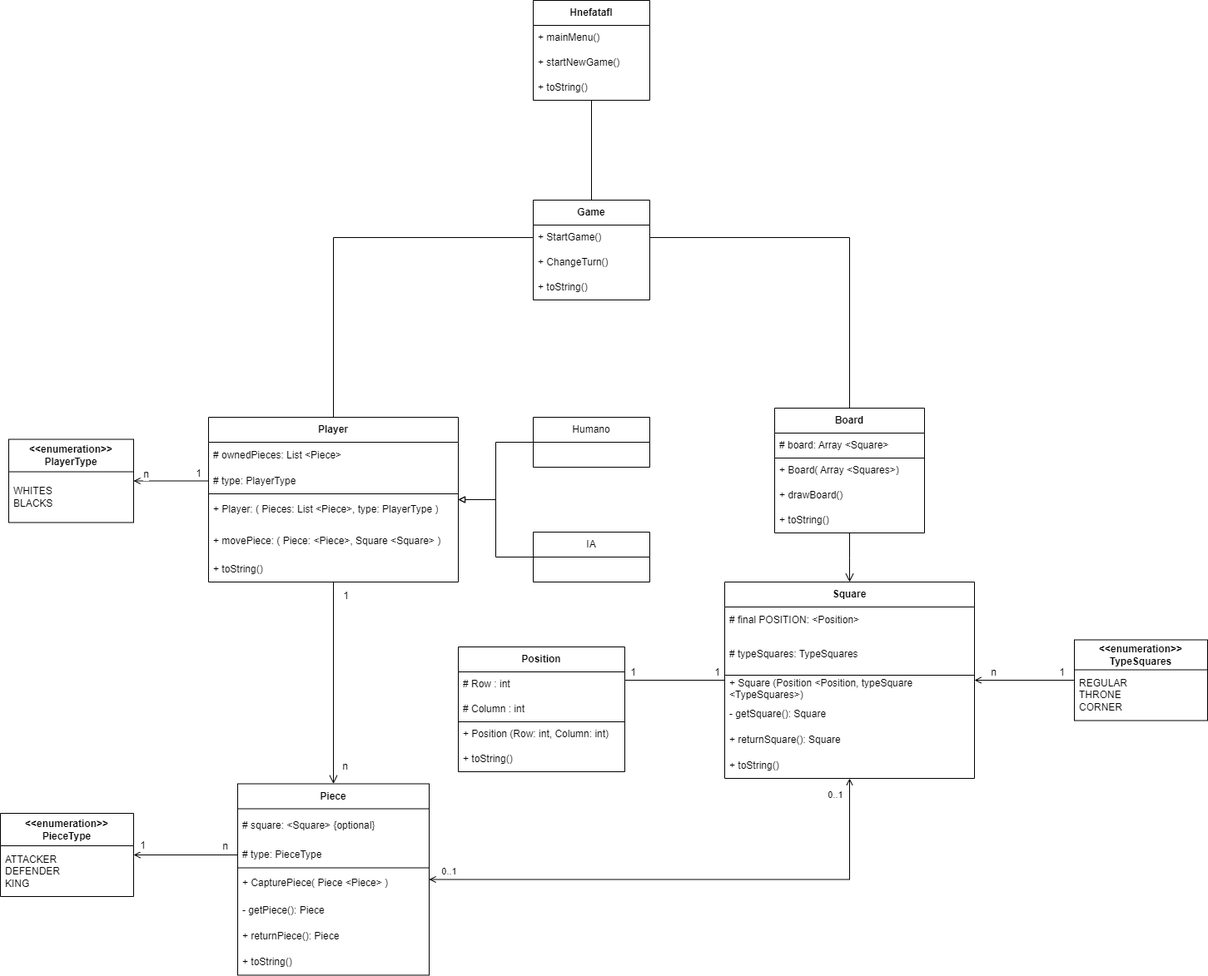
This is diagrams/ClassDiagram.drawio.png from jvazmor497/Hnefatafl, a draw.io export, as it was before one commit. Source tidied: cells renumbered, new cells last; positions are measured from the earlier drawing's top-left corner, leaving out a move shared by most shapes.
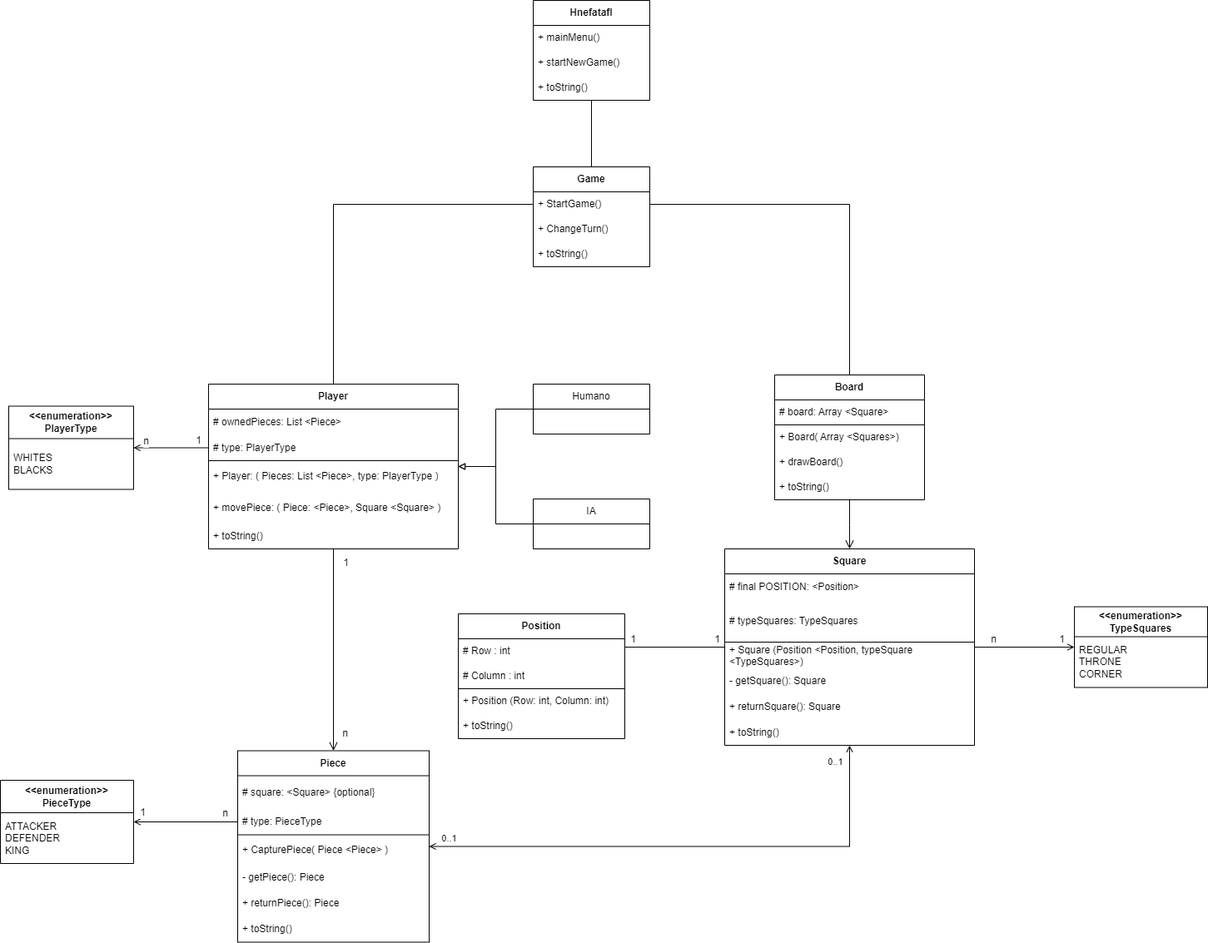
After the change.

The edit, as a diff of the source:
```diff
@@ -200,7 +200,7 @@
     <mxCell id="57" value="ATTACKER&lt;div&gt;DEFENDER&lt;/div&gt;&lt;div&gt;KING&lt;/div&gt;" style="text;strokeColor=none;fillColor=none;align=left;verticalAlign=middle;spacingLeft=4;spacingRight=4;overflow=hidden;whiteSpace=wrap;html=1;" parent="56" vertex="1">
       <mxGeometry y="39" width="160" height="61" as="geometry" />
     </mxCell>
-    <mxCell id="58" style="edgeStyle=orthogonalEdgeStyle;rounded=0;jettySize=auto;html=1;endArrow=open;endFill=0;" parent="1" edge="1" source="61" target="41">
+    <mxCell id="58" style="edgeStyle=orthogonalEdgeStyle;rounded=0;jettySize=auto;html=1;endArrow=none;endFill=0;startArrow=open;startFill=0;" parent="1" edge="1" source="61" target="41">
       <mxGeometry relative="1" as="geometry" />
     </mxCell>
     <mxCell id="59" value="n" style="edgeLabel;html=1;align=center;verticalAlign=middle;spacingLeft=4;spacingRight=4;fontFamily=Helvetica;fontSize=12;fontColor=default;fillColor=none;gradientColor=none;" parent="58" vertex="1">
@@ -251,7 +251,7 @@
       <mxGeometry relative="1" as="geometry" />
     </mxCell>
     <mxCell id="72" value="&lt;b&gt;Hnefatafl&lt;/b&gt;" style="swimlane;fontStyle=0;horizontal=1;startSize=30;whiteSpace=wrap;html=1;flipH=1;" parent="1" vertex="1">
-      <mxGeometry x="640" width="140" height="120" as="geometry" />
+      <mxGeometry x="640" y="40" width="140" height="120" as="geometry" />
     </mxCell>
     <mxCell id="73" value="+ mainMenu()" style="text;strokeColor=none;fillColor=none;align=left;verticalAlign=middle;spacingLeft=4;spacingRight=4;overflow=hidden;whiteSpace=wrap;html=1;fontFamily=Helvetica;fontSize=12;fontColor=default;" parent="72" vertex="1">
       <mxGeometry y="30" width="140" height="30" as="geometry" />
```
